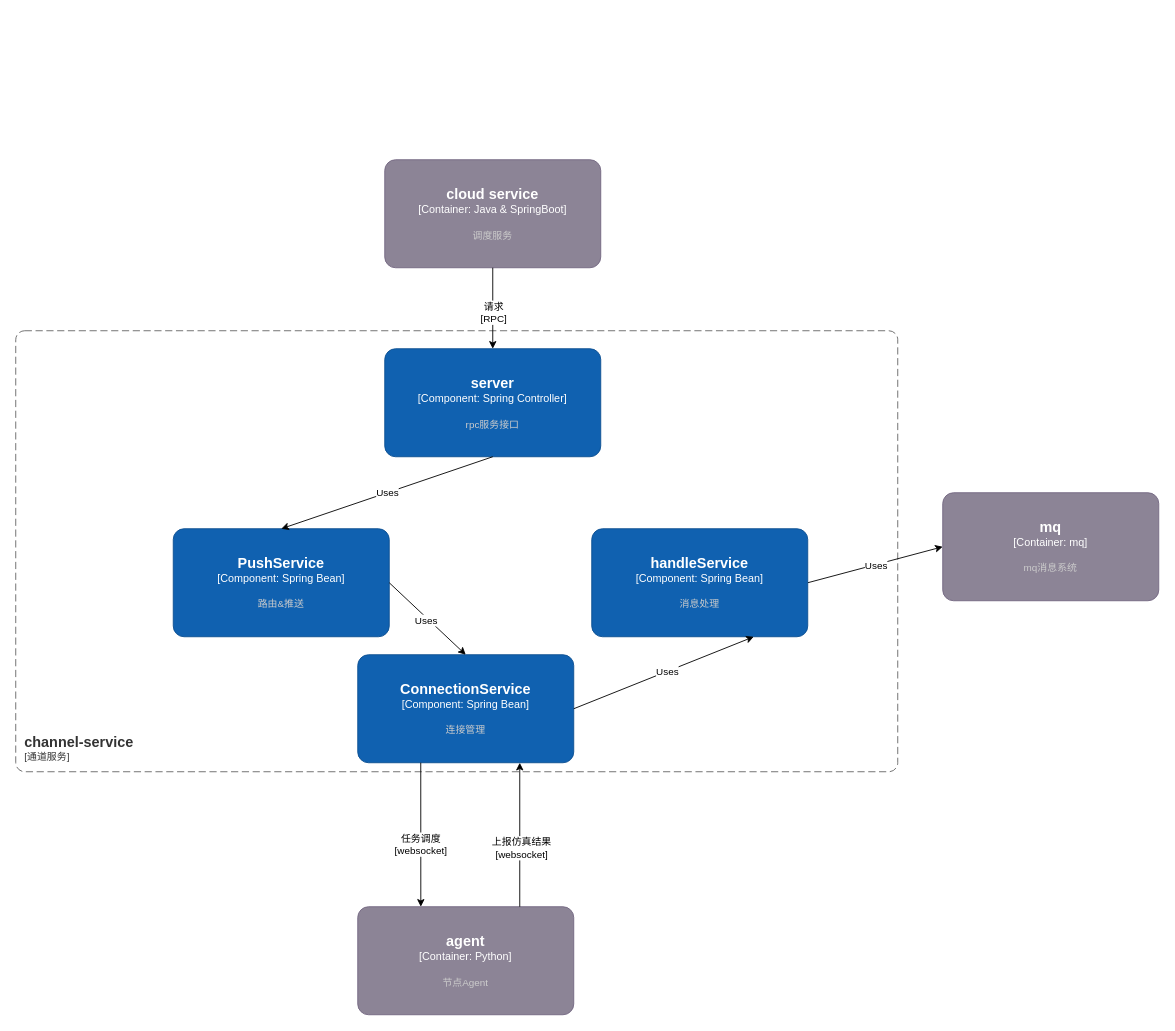
Earlier version of the draw.io diagram page "第 2 页" (3 of 4) of 调度时序图.drawio (adwars/adwars). Source tidied: cells renumbered, new cells numbered last; positions are measured from the earlier drawing's top-left corner, leaving out a move shared by most shapes. Both pictures are drawn from the tidied source at 90%, with x=0, y=0 at pixel (15, 159).
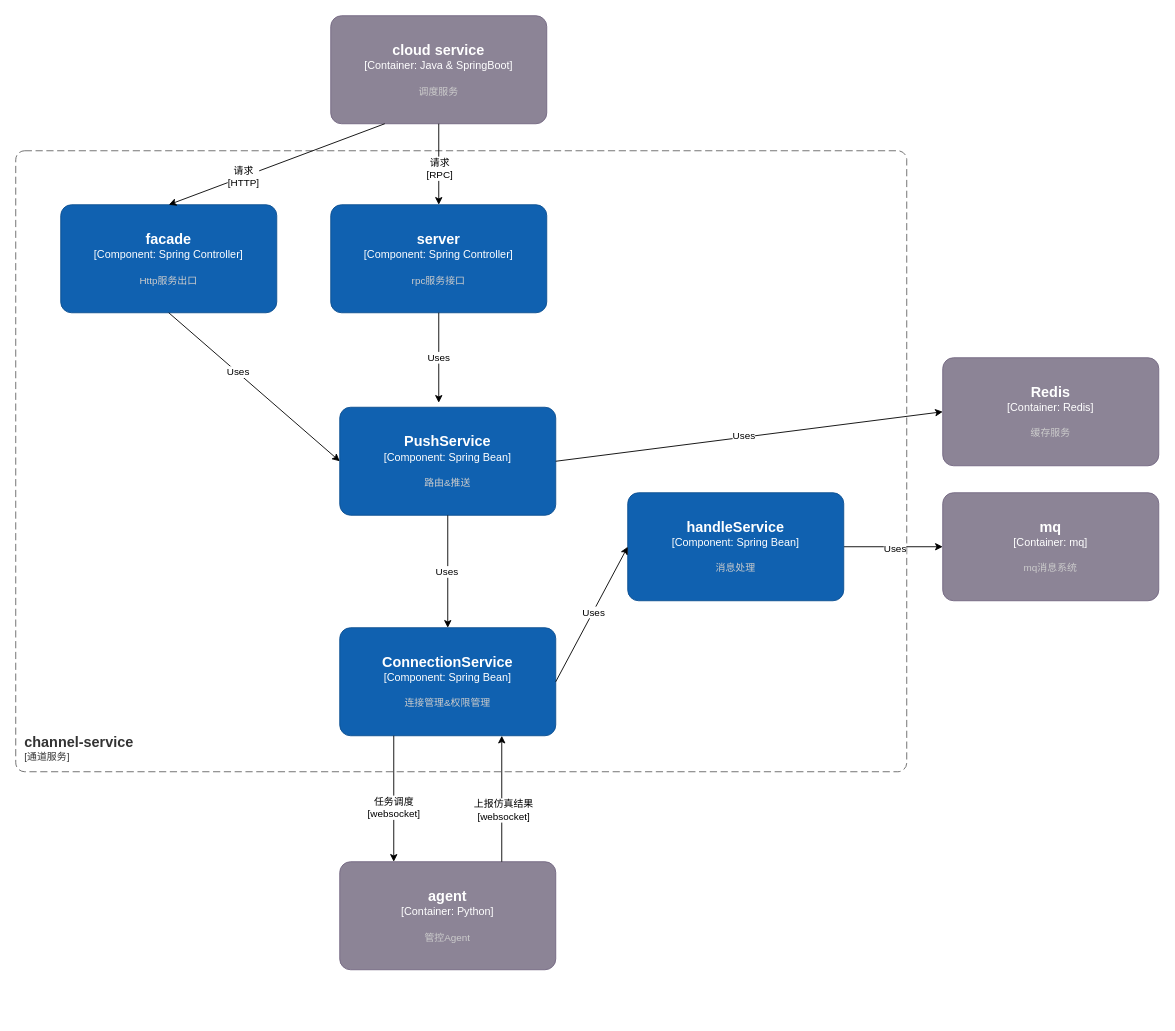
The same page after the edit.

Diff of the diagram source:
```diff
@@
     <object id="2" label="&lt;font style=&quot;font-size: 16px&quot;&gt;&lt;b&gt;&lt;div style=&quot;text-align: left&quot;&gt;%c4Name%&lt;/div&gt;&lt;/b&gt;&lt;/font&gt;&lt;div style=&quot;text-align: left&quot;&gt;[%c4Application%]&lt;/div&gt;" c4Application="通道服务" c4Name="channel-service" placeholders="1">
       <mxCell style="rounded=1;fontSize=11;whiteSpace=wrap;html=1;dashed=1;arcSize=20;fillColor=none;strokeColor=#666666;fontColor=#333333;labelBackgroundColor=none;align=left;verticalAlign=bottom;labelBorderColor=none;spacingTop=0;spacing=10;dashPattern=8 4;perimeter=rectanglePerimeter;noLabel=0;labelPadding=0;absoluteArcSize=1;" parent="1" vertex="1">
-        <mxGeometry y="190" width="980" height="490" as="geometry" />
+        <mxGeometry y="-10" width="990" height="690" as="geometry" />
       </mxCell>
     </object>
     <object id="3" label="&lt;font style=&quot;font-size: 16px&quot;&gt;&lt;b&gt;%c4Name%&lt;/b&gt;&lt;/font&gt;&lt;div&gt;[%c4Type%]&lt;/div&gt;&lt;br&gt;&lt;div&gt;&lt;font style=&quot;font-size: 11px&quot;&gt;&lt;font color=&quot;#cccccc&quot;&gt;%c4Description%&lt;/font&gt;&lt;/div&gt;" c4Description="路由&amp;推送" c4Name="PushService" c4Type="Component: Spring Bean" placeholders="1">
       <mxCell style="rounded=1;whiteSpace=wrap;html=1;labelBackgroundColor=none;fillColor=#1061B0;fontColor=#ffffff;align=center;arcSize=10;strokeColor=#0D5091;points=[[0.25,0,0],[0.5,0,0],[0.75,0,0],[1,0.25,0],[1,0.5,0],[1,0.75,0],[0.75,1,0],[0.5,1,0],[0.25,1,0],[0,0.75,0],[0,0.5,0],[0,0.25,0]];" parent="1" vertex="1">
-        <mxGeometry x="175" y="410" width="240" height="120" as="geometry" />
+        <mxGeometry x="360" y="275" width="240" height="120" as="geometry" />
       </mxCell>
     </object>
-    <object id="4" label="&lt;font style=&quot;font-size: 16px&quot;&gt;&lt;b&gt;%c4Name%&lt;/b&gt;&lt;/font&gt;&lt;div&gt;[%c4Type%]&lt;/div&gt;&lt;br&gt;&lt;div&gt;&lt;font style=&quot;font-size: 11px&quot;&gt;&lt;font color=&quot;#cccccc&quot;&gt;%c4Description%&lt;/font&gt;&lt;/div&gt;" c4Description="连接管理" c4Name="ConnectionService" c4Type="Component: Spring Bean" placeholders="1">
+    <object id="4" label="&lt;font style=&quot;font-size: 16px&quot;&gt;&lt;b&gt;%c4Name%&lt;/b&gt;&lt;/font&gt;&lt;div&gt;[%c4Type%]&lt;/div&gt;&lt;br&gt;&lt;div&gt;&lt;font style=&quot;font-size: 11px&quot;&gt;&lt;font color=&quot;#cccccc&quot;&gt;%c4Description%&lt;/font&gt;&lt;/div&gt;" c4Description="连接管理&amp;权限管理" c4Name="ConnectionService" c4Type="Component: Spring Bean" placeholders="1">
       <mxCell style="rounded=1;whiteSpace=wrap;html=1;labelBackgroundColor=none;fillColor=#1061B0;fontColor=#ffffff;align=center;arcSize=10;strokeColor=#0D5091;points=[[0.25,0,0],[0.5,0,0],[0.75,0,0],[1,0.25,0],[1,0.5,0],[1,0.75,0],[0.75,1,0],[0.5,1,0],[0.25,1,0],[0,0.75,0],[0,0.5,0],[0,0.25,0]];" parent="1" vertex="1">
-        <mxGeometry x="380" y="550" width="240" height="120" as="geometry" />
+        <mxGeometry x="360" y="520" width="240" height="120" as="geometry" />
       </mxCell>
     </object>
     <object id="5" label="&lt;font style=&quot;font-size: 16px&quot;&gt;&lt;b&gt;%c4Name%&lt;/b&gt;&lt;/font&gt;&lt;div&gt;[%c4Type%]&lt;/div&gt;&lt;br&gt;&lt;div&gt;&lt;font style=&quot;font-size: 11px&quot;&gt;&lt;font color=&quot;#cccccc&quot;&gt;%c4Description%&lt;/font&gt;&lt;/div&gt;" c4Description="rpc服务接口" c4Name="server" c4Type="Component: Spring Controller" placeholders="1">
       <mxCell style="rounded=1;whiteSpace=wrap;html=1;labelBackgroundColor=none;fillColor=#1061B0;fontColor=#ffffff;align=center;arcSize=10;strokeColor=#0D5091;points=[[0.25,0,0],[0.5,0,0],[0.75,0,0],[1,0.25,0],[1,0.5,0],[1,0.75,0],[0.75,1,0],[0.5,1,0],[0.25,1,0],[0,0.75,0],[0,0.5,0],[0,0.25,0]];" parent="1" vertex="1">
-        <mxGeometry x="410" y="210" width="240" height="120" as="geometry" />
+        <mxGeometry x="350" y="50" width="240" height="120" as="geometry" />
       </mxCell>
     </object>
     <object id="6" label="&lt;font style=&quot;font-size: 16px&quot;&gt;&lt;b&gt;%c4Name%&lt;/b&gt;&lt;/font&gt;&lt;div&gt;[%c4Type%]&lt;/div&gt;&lt;br&gt;&lt;div&gt;&lt;font style=&quot;font-size: 11px&quot;&gt;&lt;font color=&quot;#cccccc&quot;&gt;%c4Description%&lt;/font&gt;&lt;/div&gt;" c4Description="调度服务" c4Name="cloud service" c4Type="Container: Java &amp; SpringBoot" placeholders="1">
       <mxCell style="rounded=1;whiteSpace=wrap;html=1;labelBackgroundColor=none;fillColor=#8C8496;fontColor=#ffffff;align=center;arcSize=10;strokeColor=#736782;points=[[0.25,0,0],[0.5,0,0],[0.75,0,0],[1,0.25,0],[1,0.5,0],[1,0.75,0],[0.75,1,0],[0.5,1,0],[0.25,1,0],[0,0.75,0],[0,0.5,0],[0,0.25,0]];" parent="1" vertex="1">
-        <mxGeometry x="410" width="240" height="120" as="geometry" />
+        <mxGeometry x="350" y="-160" width="240" height="120" as="geometry" />
       </mxCell>
     </object>
@@
-    <mxCell id="9" style="endArrow=classic;html=1;rounded=0;startSize=6;endSize=6;exitX=1;exitY=0.5;exitDx=0;exitDy=0;exitPerimeter=0;entryX=0.5;entryY=0;entryDx=0;entryDy=0;entryPerimeter=0;" parent="1" edge="1" source="3" target="4">
+    <mxCell id="9" style="endArrow=classic;html=1;rounded=0;startSize=6;endSize=6;exitX=0.5;exitY=1;exitDx=0;exitDy=0;exitPerimeter=0;entryX=0.5;entryY=0;entryDx=0;entryDy=0;entryPerimeter=0;" parent="1" edge="1" source="3" target="4">
       <mxGeometry relative="1" as="geometry" />
     </mxCell>
@@
-    <object id="11" label="&lt;font style=&quot;font-size: 16px&quot;&gt;&lt;b&gt;%c4Name%&lt;/b&gt;&lt;/font&gt;&lt;div&gt;[%c4Type%]&lt;/div&gt;&lt;br&gt;&lt;div&gt;&lt;font style=&quot;font-size: 11px&quot;&gt;&lt;font color=&quot;#cccccc&quot;&gt;%c4Description%&lt;/font&gt;&lt;/div&gt;" c4Description="节点Agent" c4Name="agent" c4Type="Container: Python" placeholders="1">
+    <object id="11" label="&lt;font style=&quot;font-size: 16px&quot;&gt;&lt;b&gt;%c4Name%&lt;/b&gt;&lt;/font&gt;&lt;div&gt;[%c4Type%]&lt;/div&gt;&lt;br&gt;&lt;div&gt;&lt;font style=&quot;font-size: 11px&quot;&gt;&lt;font color=&quot;#cccccc&quot;&gt;%c4Description%&lt;/font&gt;&lt;/div&gt;" c4Description="管控Agent" c4Name="agent" c4Type="Container: Python" placeholders="1">
       <mxCell style="rounded=1;whiteSpace=wrap;html=1;labelBackgroundColor=none;fillColor=#8C8496;fontColor=#ffffff;align=center;arcSize=10;strokeColor=#736782;points=[[0.25,0,0],[0.5,0,0],[0.75,0,0],[1,0.25,0],[1,0.5,0],[1,0.75,0],[0.75,1,0],[0.5,1,0],[0.25,1,0],[0,0.75,0],[0,0.5,0],[0,0.25,0]];" parent="1" vertex="1">
-        <mxGeometry x="380" y="830" width="240" height="120" as="geometry" />
+        <mxGeometry x="360" y="780" width="240" height="120" as="geometry" />
       </mxCell>
     </object>
@@
-    <mxCell id="14" style="endArrow=classic;html=1;rounded=0;startSize=6;endSize=6;entryX=0.292;entryY=0;entryDx=0;entryDy=0;entryPerimeter=0;" parent="1" edge="1" target="11">
-      <mxGeometry relative="1" as="geometry">
-        <mxPoint x="450" y="670" as="sourcePoint" />
-      </mxGeometry>
+    <mxCell id="14" style="endArrow=classic;html=1;rounded=0;startSize=6;endSize=6;entryX=0.25;entryY=0;entryDx=0;entryDy=0;entryPerimeter=0;exitX=0.25;exitY=1;exitDx=0;exitDy=0;exitPerimeter=0;" parent="1" edge="1" source="4" target="11">
+      <mxGeometry relative="1" as="geometry" />
     </mxCell>
@@
     <object id="18" label="&lt;font style=&quot;font-size: 16px&quot;&gt;&lt;b&gt;%c4Name%&lt;/b&gt;&lt;/font&gt;&lt;div&gt;[%c4Type%]&lt;/div&gt;&lt;br&gt;&lt;div&gt;&lt;font style=&quot;font-size: 11px&quot;&gt;&lt;font color=&quot;#cccccc&quot;&gt;%c4Description%&lt;/font&gt;&lt;/div&gt;" c4Description="消息处理" c4Name="handleService" c4Type="Component: Spring Bean" placeholders="1">
       <mxCell style="rounded=1;whiteSpace=wrap;html=1;labelBackgroundColor=none;fillColor=#1061B0;fontColor=#ffffff;align=center;arcSize=10;strokeColor=#0D5091;points=[[0.25,0,0],[0.5,0,0],[0.75,0,0],[1,0.25,0],[1,0.5,0],[1,0.75,0],[0.75,1,0],[0.5,1,0],[0.25,1,0],[0,0.75,0],[0,0.5,0],[0,0.25,0]];" parent="1" vertex="1">
-        <mxGeometry x="640" y="410" width="240" height="120" as="geometry" />
+        <mxGeometry x="680" y="370" width="240" height="120" as="geometry" />
       </mxCell>
     </object>
-    <mxCell id="19" value="Uses" style="endArrow=classic;html=1;rounded=0;startSize=6;endSize=6;entryX=0.5;entryY=0;entryDx=0;entryDy=0;entryPerimeter=0;" parent="1" edge="1" target="3">
+    <mxCell id="19" value="Uses" style="endArrow=classic;html=1;rounded=0;startSize=6;endSize=6;exitX=0.5;exitY=1;exitDx=0;exitDy=0;exitPerimeter=0;" parent="1" edge="1" source="5">
       <mxGeometry relative="1" as="geometry">
-        <mxPoint x="530" y="330" as="sourcePoint" />
+        <mxPoint x="470" y="270" as="targetPoint" />
       </mxGeometry>
     </mxCell>
-    <mxCell id="20" style="endArrow=classic;html=1;rounded=0;startSize=6;endSize=6;entryX=0.75;entryY=1;entryDx=0;entryDy=0;entryPerimeter=0;exitX=1;exitY=0.5;exitDx=0;exitDy=0;exitPerimeter=0;" parent="1" edge="1" source="4" target="18">
+    <mxCell id="20" style="endArrow=classic;html=1;rounded=0;startSize=6;endSize=6;entryX=0;entryY=0.5;entryDx=0;entryDy=0;entryPerimeter=0;exitX=1;exitY=0.5;exitDx=0;exitDy=0;exitPerimeter=0;" parent="1" edge="1" source="4" target="18">
       <mxGeometry relative="1" as="geometry" />
     </mxCell>
@@
+    <object id="23" label="&lt;font style=&quot;font-size: 16px&quot;&gt;&lt;b&gt;%c4Name%&lt;/b&gt;&lt;/font&gt;&lt;div&gt;[%c4Type%]&lt;/div&gt;&lt;br&gt;&lt;div&gt;&lt;font style=&quot;font-size: 11px&quot;&gt;&lt;font color=&quot;#cccccc&quot;&gt;%c4Description%&lt;/font&gt;&lt;/div&gt;" c4Description="缓存服务" c4Name="Redis" c4Type="Container: Redis" placeholders="1">
+      <mxCell style="rounded=1;whiteSpace=wrap;html=1;labelBackgroundColor=none;fillColor=#8C8496;fontColor=#ffffff;align=center;arcSize=10;strokeColor=#736782;points=[[0.25,0,0],[0.5,0,0],[0.75,0,0],[1,0.25,0],[1,0.5,0],[1,0.75,0],[0.75,1,0],[0.5,1,0],[0.25,1,0],[0,0.75,0],[0,0.5,0],[0,0.25,0]];" parent="1" vertex="1">
+        <mxGeometry x="1030" y="220" width="240" height="120" as="geometry" />
+      </mxCell>
+    </object>
+    <mxCell id="24" style="endArrow=classic;html=1;rounded=0;startSize=6;endSize=6;entryX=0;entryY=0.5;entryDx=0;entryDy=0;entryPerimeter=0;exitX=1;exitY=0.5;exitDx=0;exitDy=0;exitPerimeter=0;" parent="1" edge="1" source="3" target="23">
+      <mxGeometry relative="1" as="geometry" />
+    </mxCell>
+    <mxCell id="25" value="Uses" style="edgeLabel;html=1;align=center;verticalAlign=middle;" parent="24" vertex="1">
+      <mxGeometry x="-0.03" y="2" relative="1" as="geometry" />
+    </mxCell>
+    <object id="26" label="&lt;font style=&quot;font-size: 16px&quot;&gt;&lt;b&gt;%c4Name%&lt;/b&gt;&lt;/font&gt;&lt;div&gt;[%c4Type%]&lt;/div&gt;&lt;br&gt;&lt;div&gt;&lt;font style=&quot;font-size: 11px&quot;&gt;&lt;font color=&quot;#cccccc&quot;&gt;%c4Description%&lt;/font&gt;&lt;/div&gt;" c4Description="Http服务出口" c4Name="facade" c4Type="Component: Spring Controller" placeholders="1">
+      <mxCell style="rounded=1;whiteSpace=wrap;html=1;labelBackgroundColor=none;fillColor=#1061B0;fontColor=#ffffff;align=center;arcSize=10;strokeColor=#0D5091;points=[[0.25,0,0],[0.5,0,0],[0.75,0,0],[1,0.25,0],[1,0.5,0],[1,0.75,0],[0.75,1,0],[0.5,1,0],[0.25,1,0],[0,0.75,0],[0,0.5,0],[0,0.25,0]];" parent="1" vertex="1">
+        <mxGeometry x="50" y="50" width="240" height="120" as="geometry" />
+      </mxCell>
+    </object>
+    <mxCell id="27" style="endArrow=classic;html=1;rounded=0;startSize=6;endSize=6;entryX=0;entryY=0.5;entryDx=0;entryDy=0;entryPerimeter=0;exitX=0.5;exitY=1;exitDx=0;exitDy=0;exitPerimeter=0;" parent="1" edge="1" source="26" target="3">
+      <mxGeometry relative="1" as="geometry" />
+    </mxCell>
+    <mxCell id="28" value="Uses" style="edgeLabel;html=1;align=center;verticalAlign=middle;" parent="27" vertex="1">
+      <mxGeometry x="-0.2" y="1" relative="1" as="geometry" />
+    </mxCell>
+    <mxCell id="29" style="endArrow=classic;html=1;rounded=0;startSize=6;endSize=6;exitX=0.25;exitY=1;exitDx=0;exitDy=0;exitPerimeter=0;entryX=0.5;entryY=0;entryDx=0;entryDy=0;entryPerimeter=0;" parent="1" edge="1" source="6" target="26">
+      <mxGeometry relative="1" as="geometry" />
+    </mxCell>
+    <mxCell id="30" value="请求&lt;br&gt;[HTTP]" style="edgeLabel;html=1;align=center;verticalAlign=middle;" parent="29" vertex="1">
+      <mxGeometry x="0.31" y="-1" relative="1" as="geometry" />
+    </mxCell>
```
